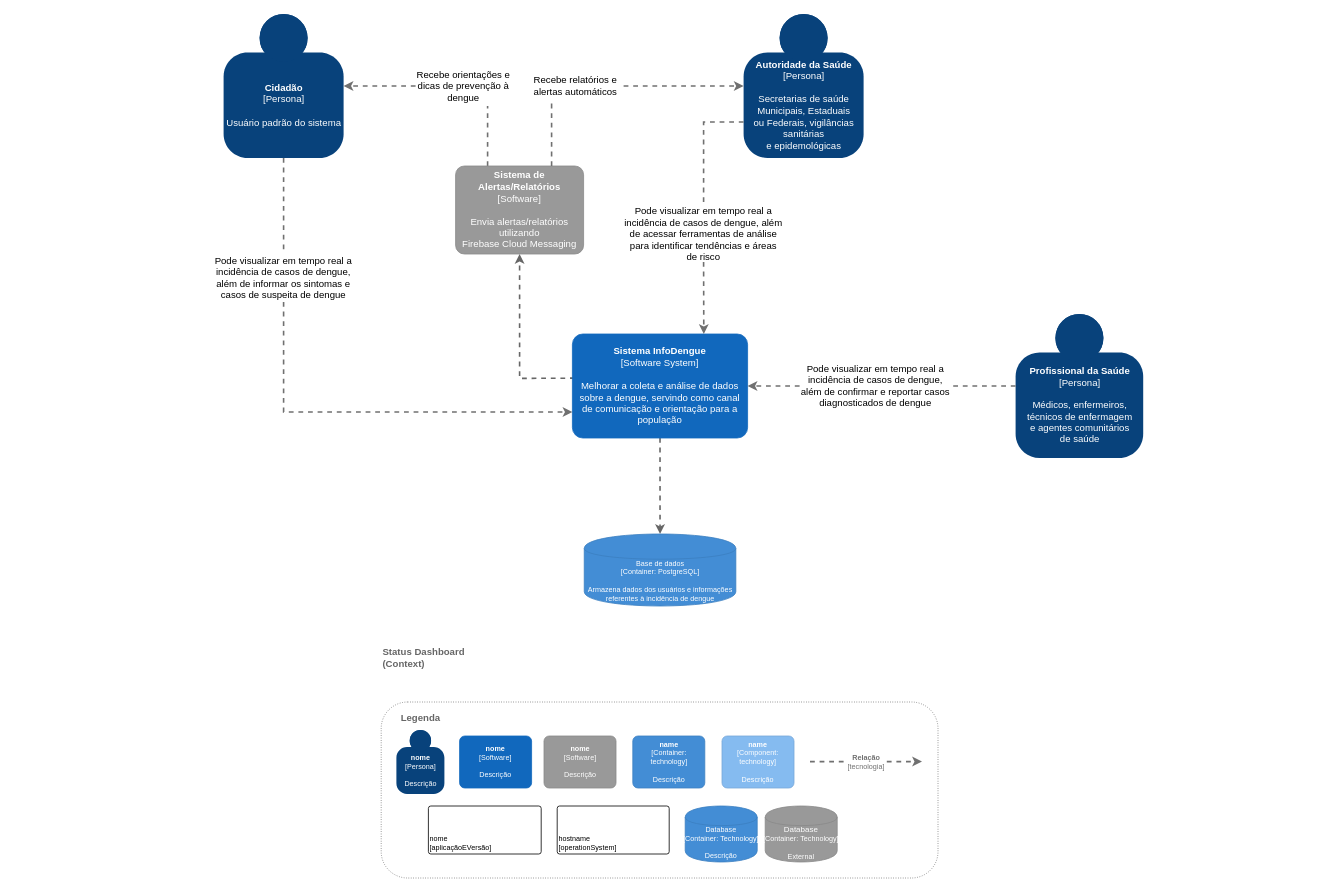
This is diagramas/c4/C4-contexto.drawio.xml from gilmarUFG/ds_20242_g6, a draw.io file, before an edit. Source tidied: cells renumbered, new cells numbered last; positions are measured from the earlier drawing's top-left corner, leaving out a move shared by most shapes. Both pictures are drawn from the tidied source at 80%, with x=0, y=0 at pixel (211, 14).
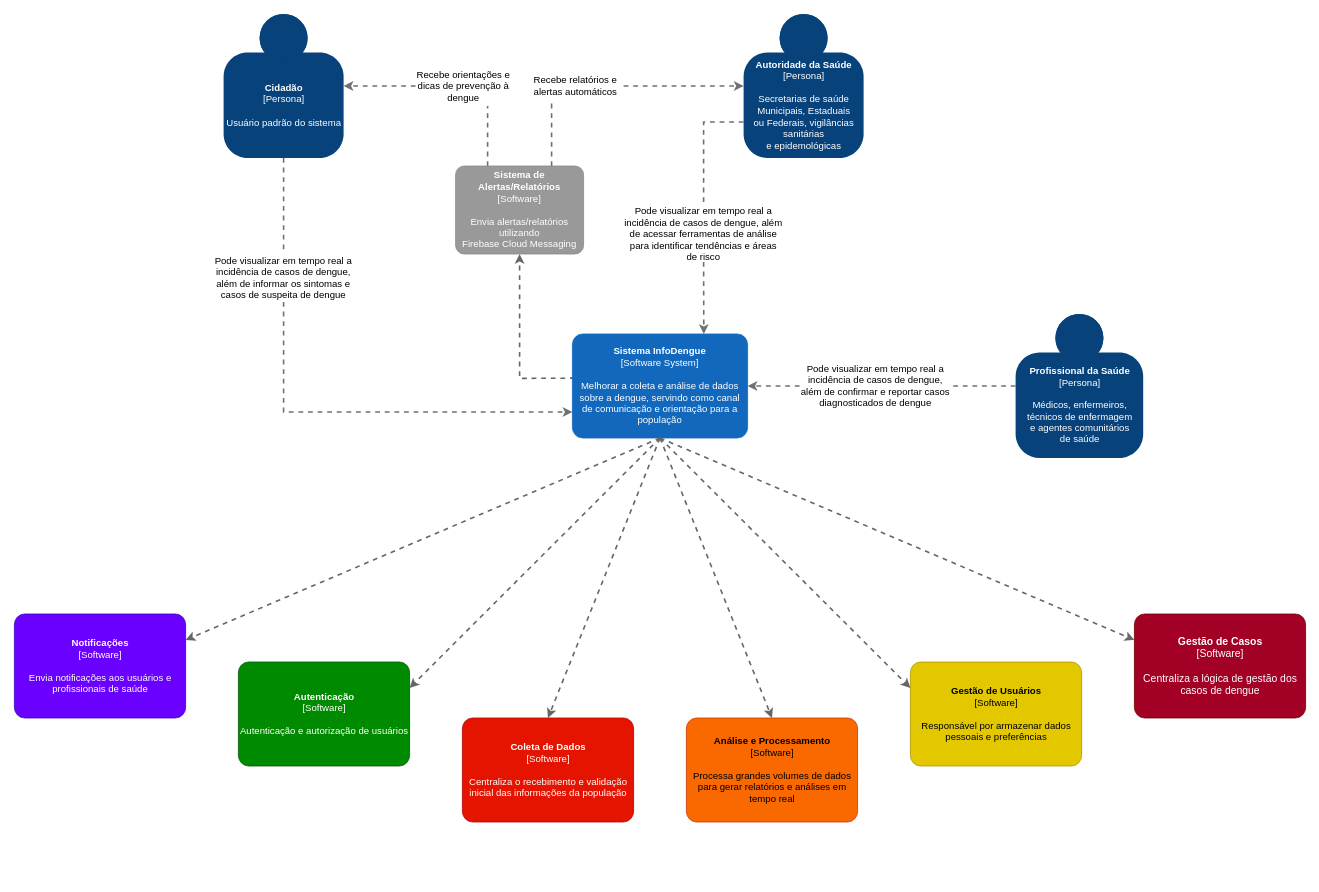
The same page after the edit.

Commit message (it also covers changes not shown here):
fix: atualizando diagrama de contexto para arquitetura de microsserviços

Unchanged cells that the change refers to:
```xml
<object id="8" label="&lt;b&gt;%c4Name%&lt;/b&gt;&lt;div&gt;[%c4Type%]&lt;/div&gt;&lt;br&gt;&lt;div&gt;%c4Description%&lt;/div&gt;" c4Description="Melhorar a coleta e análise de dados&#10;sobre a dengue, servindo como canal&#10;de comunicação e orientação para a&#10;população" c4Name="Sistema InfoDengue" c4Type="Software System" placeholders="1">
  <mxCell style="rounded=1;whiteSpace=wrap;html=1;labelBackgroundColor=none;fillColor=#1168BD;fontColor=#ffffff;align=center;arcSize=10;strokeColor=#1168BD;metaData={&quot;c4Type&quot;:{&quot;editable&quot;:false}};points=[[0.25,0,0],[0.5,0,0],[0.75,0,0],[1,0.25,0],[1,0.5,0],[1,0.75,0],[0.75,1,0],[0.5,1,0],[0.25,1,0],[0,0.75,0],[0,0.5,0],[0,0.25,0]];" parent="1" vertex="1">
    <mxGeometry x="451" y="400" width="219" height="130" as="geometry" />
  </mxCell>
</object>
```

What changed in the source:
```diff
@@
-    <mxCell id="3" style="edgeStyle=none;rounded=0;jettySize=auto;html=1;dashed=1;strokeColor=#666666;strokeWidth=2;fillColor=#f5f5f5;entryX=0.5;entryY=0;entryDx=0;entryDy=0;entryPerimeter=0;" parent="1" edge="1" source="8" target="38">
-      <mxGeometry relative="1" as="geometry" />
-    </mxCell>
@@
-    <mxCell id="5" value="&lt;b&gt;Status Dashboard&lt;br&gt;(Context)&lt;/b&gt;" style="text;html=1;align=left;verticalAlign=middle;fontColor=#666666;" parent="1" vertex="1">
-      <mxGeometry x="212" y="790" width="120" height="30" as="geometry" />
-    </mxCell>
@@
-    <mxCell id="9" style="group;" parent="1" vertex="1">
-      <mxGeometry x="212" y="860" width="696" height="220" as="geometry" />
-    </mxCell>
-    <mxCell id="10" style="rounded=1;whiteSpace=wrap;html=1;fillColor=none;strokeColor=#666666;dashed=1;dashPattern=1 2;fontColor=#666666;" parent="9" vertex="1">
-      <mxGeometry width="696" height="220" as="geometry" />
-    </mxCell>
-    <mxCell id="11" value="Legenda" style="text;html=1;strokeColor=none;fillColor=none;align=center;verticalAlign=middle;whiteSpace=wrap;rounded=0;fontStyle=1;fontColor=#666666;" parent="9" vertex="1">
-      <mxGeometry x="19" y="10" width="61" height="20" as="geometry" />
-    </mxCell>
-    <object id="12" label="&lt;b style=&quot;font-size: 9px;&quot;&gt;%c4Name%&lt;/b&gt;&lt;div style=&quot;font-size: 9px;&quot;&gt;[%c4Type%]&lt;/div&gt;&lt;br style=&quot;font-size: 9px;&quot;&gt;&lt;div style=&quot;font-size: 9px;&quot;&gt;%c4Description%&lt;/div&gt;" c4Description="Descrição" c4Name="nome" c4Type="Persona" placeholders="1">
-      <mxCell style="html=1;dashed=0;whitespace=wrap;fillColor=#08427b;strokeColor=none;fontColor=#ffffff;shape=mxgraph.c4.person;align=center;metaData={&quot;c4Type&quot;:{&quot;editable&quot;:false}};fontSize=9;" parent="9" vertex="1">
-        <mxGeometry x="19" y="35" width="60" height="80" as="geometry" />
-      </mxCell>
-    </object>
-    <object id="13" label="&lt;b style=&quot;font-size: 9px;&quot;&gt;%c4Name%&lt;/b&gt;&lt;div style=&quot;font-size: 9px;&quot;&gt;[%c4Type%]&lt;/div&gt;&lt;br style=&quot;font-size: 9px;&quot;&gt;&lt;div style=&quot;font-size: 9px;&quot;&gt;%c4Description%&lt;/div&gt;" c4Description="Descrição" c4Name="nome" c4Type="Software" placeholders="1">
-      <mxCell style="rounded=1;whiteSpace=wrap;html=1;labelBackgroundColor=none;fillColor=#1168BD;fontColor=#ffffff;align=center;arcSize=10;strokeColor=#1168BD;metaData={&quot;c4Type&quot;:{&quot;editable&quot;:false}};fontSize=9;" parent="9" vertex="1">
-        <mxGeometry x="98" y="42.5" width="90" height="65" as="geometry" />
-      </mxCell>
-    </object>
-    <object id="14" label="&lt;b style=&quot;font-size: 9px;&quot;&gt;%c4Name%&lt;/b&gt;&lt;div style=&quot;font-size: 9px;&quot;&gt;[%c4Type%]&lt;/div&gt;&lt;br style=&quot;font-size: 9px;&quot;&gt;&lt;div style=&quot;font-size: 9px;&quot;&gt;%c4Description%&lt;/div&gt;" c4Description="Descrição" c4Name="nome" c4Type="Software" placeholders="1">
-      <mxCell style="rounded=1;whiteSpace=wrap;html=1;labelBackgroundColor=none;fillColor=#999999;fontColor=#ffffff;align=center;arcSize=10;strokeColor=#8A8A8A;metaData={&quot;c4Type&quot;:{&quot;editable&quot;:false}};fontSize=9;" parent="9" vertex="1">
-        <mxGeometry x="203.5" y="42.5" width="90" height="65" as="geometry" />
-      </mxCell>
-    </object>
-    <object id="15" label="&lt;b style=&quot;font-size: 9px;&quot;&gt;%c4Name%&lt;/b&gt;&lt;div style=&quot;font-size: 9px;&quot;&gt;[%c4Type%: %c4Technology%]&lt;/div&gt;&lt;br style=&quot;font-size: 9px;&quot;&gt;&lt;div style=&quot;font-size: 9px;&quot;&gt;%c4Description%&lt;/div&gt;" c4Description="Descrição" c4Name="name" c4Technology="technology" c4Type="Component" placeholders="1">
-      <mxCell style="rounded=1;whiteSpace=wrap;html=1;labelBackgroundColor=none;fillColor=#85BBF0;fontColor=#ffffff;align=center;arcSize=10;strokeColor=#78A8D8;metaData={&quot;c4Type&quot;:{&quot;editable&quot;:false}};fontSize=9;" parent="9" vertex="1">
-        <mxGeometry x="426" y="42.5" width="90" height="65" as="geometry" />
-      </mxCell>
-    </object>
-    <object id="16" label="&lt;b style=&quot;font-size: 9px;&quot;&gt;%c4Name%&lt;/b&gt;&lt;div style=&quot;font-size: 9px;&quot;&gt;[%c4Type%: %c4Technology%]&lt;/div&gt;&lt;br style=&quot;font-size: 9px;&quot;&gt;&lt;div style=&quot;font-size: 9px;&quot;&gt;%c4Description%&lt;/div&gt;" c4Description="Descrição" c4Name="name" c4Technology="technology" c4Type="Container" placeholders="1">
-      <mxCell style="rounded=1;whiteSpace=wrap;html=1;labelBackgroundColor=none;fillColor=#438DD5;fontColor=#ffffff;align=center;arcSize=10;strokeColor=#3C7FC0;metaData={&quot;c4Type&quot;:{&quot;editable&quot;:false}};fontSize=9;" parent="9" vertex="1">
-        <mxGeometry x="314.5" y="42.5" width="90" height="65" as="geometry" />
-      </mxCell>
-    </object>
-    <object id="17" label="&lt;div style=&quot;text-align: left; font-size: 9px;&quot;&gt;%c4Name%&lt;/div&gt;&lt;div style=&quot;text-align: left; font-size: 9px;&quot;&gt;[%c4Application%]&lt;/div&gt;" c4Application="aplicaçãoEVersão" c4Name="nome" placeholders="1">
-      <mxCell style="rounded=1;whiteSpace=wrap;html=1;labelBackgroundColor=none;fillColor=#ffffff;fontColor=#000000;align=left;arcSize=5;strokeColor=#000000;verticalAlign=bottom;metaData={&quot;c4Type&quot;:{&quot;editable&quot;:false}};fontSize=9;" parent="9" vertex="1">
-        <mxGeometry x="59" y="130" width="141" height="60" as="geometry" />
-      </mxCell>
-    </object>
-    <object id="18" label="&lt;div style=&quot;text-align: left; font-size: 9px;&quot;&gt;%c4Name%&lt;/div&gt;&lt;div style=&quot;text-align: left; font-size: 9px;&quot;&gt;[%c4OperationSystem%]&lt;/div&gt;&lt;div style=&quot;text-align: right; font-size: 9px;&quot;&gt;%c4ScalingFactor%&lt;/div&gt;" c4Name="hostname" c4OperationSystem="operationSystem" c4ScalingFactor="" placeholders="1">
-      <mxCell style="rounded=1;whiteSpace=wrap;html=1;labelBackgroundColor=none;fillColor=#ffffff;fontColor=#000000;align=left;arcSize=5;strokeColor=#000000;verticalAlign=bottom;metaData={&quot;c4Type&quot;:{&quot;editable&quot;:false}};fontSize=9;" parent="9" vertex="1">
-        <mxGeometry x="220" y="130" width="140" height="60" as="geometry" />
-      </mxCell>
-    </object>
-    <object id="19" label="%c4Type%&lt;div style=&quot;font-size: 9px;&quot;&gt;[Container:&amp;nbsp;%c4Technology%]&lt;/div&gt;&lt;br style=&quot;font-size: 9px;&quot;&gt;&lt;div style=&quot;font-size: 9px;&quot;&gt;%c4Description%&lt;/div&gt;" c4Description="Descrição" c4Technology="Technology" c4Type="Database" placeholders="1">
-      <mxCell style="shape=cylinder;whiteSpace=wrap;html=1;boundedLbl=1;rounded=0;labelBackgroundColor=none;fillColor=#438DD5;fontSize=9;fontColor=#ffffff;align=center;strokeColor=#3C7FC0;metaData={&quot;c4Type&quot;:{&quot;editable&quot;:false}};" parent="9" vertex="1">
-        <mxGeometry x="380" y="130" width="90" height="70" as="geometry" />
-      </mxCell>
-    </object>
-    <object id="20" label="%c4Type%&lt;div style=&quot;font-size: 9px;&quot;&gt;[Container:&amp;nbsp;%c4Technology%]&lt;/div&gt;&lt;br style=&quot;font-size: 9px;&quot;&gt;&lt;div style=&quot;font-size: 9px;&quot;&gt;%c4Description%&lt;/div&gt;" c4Description="External" c4Technology="Technology" c4Type="Database" placeholders="1">
-      <mxCell style="shape=cylinder;whiteSpace=wrap;html=1;boundedLbl=1;rounded=1;labelBackgroundColor=none;fillColor=#999999;fontSize=10;fontColor=#ffffff;align=center;strokeColor=#8A8A8A;metaData={&quot;c4Type&quot;:{&quot;editable&quot;:false}};arcSize=10;" parent="9" vertex="1">
-        <mxGeometry x="480" y="130" width="90" height="70" as="geometry" />
-      </mxCell>
-    </object>
-    <object id="21" label="&lt;div style=&quot;text-align: left; font-size: 9px;&quot;&gt;&lt;div style=&quot;text-align: center; font-size: 9px;&quot;&gt;&lt;b style=&quot;font-size: 9px;&quot;&gt;%c4Description%&lt;/b&gt;&lt;/div&gt;&lt;div style=&quot;text-align: center; font-size: 9px;&quot;&gt;[%c4Technology%]&lt;/div&gt;&lt;/div&gt;" c4Description="Relação" c4Technology="tecnologia" placeholders="1">
-      <mxCell style="edgeStyle=none;rounded=0;html=1;jettySize=auto;orthogonalLoop=1;strokeColor=#707070;strokeWidth=2;fontColor=#707070;jumpStyle=none;dashed=1;metaData={&quot;c4Type&quot;:{&quot;editable&quot;:false}};fontSize=9;" parent="9" edge="1">
-        <mxGeometry relative="1" as="geometry">
-          <mxPoint x="536" y="74.5" as="sourcePoint" />
-          <mxPoint x="676" y="74.5" as="targetPoint" />
-        </mxGeometry>
-      </mxCell>
-    </object>
@@
-    <object id="38" label="%c4Type%&lt;div style=&quot;font-size: 9px;&quot;&gt;[Container:&amp;nbsp;%c4Technology%]&lt;/div&gt;&lt;br style=&quot;font-size: 9px;&quot;&gt;&lt;div style=&quot;font-size: 9px;&quot;&gt;%c4Description%&lt;/div&gt;" c4Description="Armazena dados dos usuários e informações&#10;referentes à incidência de dengue" c4Technology="PostgreSQL" c4Type="Base de dados" placeholders="1">
-      <mxCell style="shape=cylinder;whiteSpace=wrap;html=1;boundedLbl=1;rounded=0;labelBackgroundColor=none;fillColor=#438DD5;fontSize=9;fontColor=#ffffff;align=center;strokeColor=#3C7FC0;points=[[0.5,0,0],[1,0.25,0],[1,0.5,0],[1,0.75,0],[0.5,1,0],[0,0.75,0],[0,0.5,0],[0,0.25,0]];metaData={&quot;c4Type&quot;:{&quot;editable&quot;:false}};" parent="1" vertex="1">
-        <mxGeometry x="465.8" y="650" width="189.5" height="90" as="geometry" />
-      </mxCell>
-    </object>
+    <object id="39" label="&lt;b&gt;%c4Name%&lt;/b&gt;&lt;div&gt;[%c4Type%]&lt;/div&gt;&lt;br&gt;&lt;div&gt;%c4Description%&lt;/div&gt;" c4Description="Envia notificações aos usuários e profissionais de saúde" c4Name="Notificações" c4Type="Software" placeholders="1">
+      <mxCell style="rounded=1;whiteSpace=wrap;html=1;labelBackgroundColor=none;fillColor=#6a00ff;fontColor=#ffffff;align=center;arcSize=10;strokeColor=#3700CC;metaData={&quot;c4Type&quot;:{&quot;editable&quot;:false}};points=[[0.25,0,0],[0.5,0,0],[0.75,0,0],[1,0.25,0],[1,0.5,0],[1,0.75,0],[0.75,1,0],[0.5,1,0],[0.25,1,0],[0,0.75,0],[0,0.5,0],[0,0.25,0]];fontSize=12;" parent="1" vertex="1">
+        <mxGeometry x="-246.5" y="750" width="214" height="130" as="geometry" />
+      </mxCell>
+    </object>
+    <object id="40" label="&lt;b&gt;%c4Name%&lt;/b&gt;&lt;div&gt;[%c4Type%]&lt;/div&gt;&lt;br&gt;&lt;div&gt;%c4Description%&lt;/div&gt;" c4Description="Autenticação e autorização de usuários" c4Name="Autenticação" c4Type="Software" placeholders="1">
+      <mxCell style="rounded=1;whiteSpace=wrap;html=1;labelBackgroundColor=none;fillColor=#008a00;align=center;arcSize=10;strokeColor=#005700;metaData={&quot;c4Type&quot;:{&quot;editable&quot;:false}};points=[[0.25,0,0],[0.5,0,0],[0.75,0,0],[1,0.25,0],[1,0.5,0],[1,0.75,0],[0.75,1,0],[0.5,1,0],[0.25,1,0],[0,0.75,0],[0,0.5,0],[0,0.25,0]];fontSize=12;fontColor=#ffffff;" parent="1" vertex="1">
+        <mxGeometry x="33.5" y="810" width="214" height="130" as="geometry" />
+      </mxCell>
+    </object>
+    <object id="41" label="&lt;b&gt;%c4Name%&lt;/b&gt;&lt;div&gt;[%c4Type%]&lt;/div&gt;&lt;br&gt;&lt;div&gt;%c4Description%&lt;/div&gt;" c4Description="Centraliza o recebimento e validação inicial das informações da população" c4Name="Coleta de Dados" c4Type="Software" placeholders="1">
+      <mxCell style="rounded=1;whiteSpace=wrap;html=1;labelBackgroundColor=none;fillColor=#e51400;fontColor=#ffffff;align=center;arcSize=10;strokeColor=#B20000;metaData={&quot;c4Type&quot;:{&quot;editable&quot;:false}};points=[[0.25,0,0],[0.5,0,0],[0.75,0,0],[1,0.25,0],[1,0.5,0],[1,0.75,0],[0.75,1,0],[0.5,1,0],[0.25,1,0],[0,0.75,0],[0,0.5,0],[0,0.25,0]];fontSize=12;" parent="1" vertex="1">
+        <mxGeometry x="313.5" y="880" width="214" height="130" as="geometry" />
+      </mxCell>
+    </object>
+    <object id="42" label="&lt;b&gt;%c4Name%&lt;/b&gt;&lt;div&gt;[%c4Type%]&lt;/div&gt;&lt;br&gt;&lt;div&gt;%c4Description%&lt;/div&gt;" c4Description="Processa grandes volumes de dados para gerar relatórios e análises em tempo real" c4Name="Análise e Processamento" c4Type="Software" placeholders="1">
+      <mxCell style="rounded=1;whiteSpace=wrap;html=1;labelBackgroundColor=none;fillColor=#fa6800;fontColor=#000000;align=center;arcSize=10;strokeColor=#C73500;metaData={&quot;c4Type&quot;:{&quot;editable&quot;:false}};points=[[0.25,0,0],[0.5,0,0],[0.75,0,0],[1,0.25,0],[1,0.5,0],[1,0.75,0],[0.75,1,0],[0.5,1,0],[0.25,1,0],[0,0.75,0],[0,0.5,0],[0,0.25,0]];fontSize=12;" parent="1" vertex="1">
+        <mxGeometry x="593.5" y="880" width="214" height="130" as="geometry" />
+      </mxCell>
+    </object>
+    <object id="43" label="&lt;b&gt;%c4Name%&lt;/b&gt;&lt;div&gt;[%c4Type%]&lt;/div&gt;&lt;br&gt;&lt;div&gt;%c4Description%&lt;/div&gt;" c4Description="Responsável por armazenar dados pessoais e preferências" c4Name="Gestão de Usuários" c4Type="Software" placeholders="1">
+      <mxCell style="rounded=1;whiteSpace=wrap;html=1;labelBackgroundColor=none;fillColor=#e3c800;fontColor=#000000;align=center;arcSize=10;strokeColor=#B09500;metaData={&quot;c4Type&quot;:{&quot;editable&quot;:false}};points=[[0.25,0,0],[0.5,0,0],[0.75,0,0],[1,0.25,0],[1,0.5,0],[1,0.75,0],[0.75,1,0],[0.5,1,0],[0.25,1,0],[0,0.75,0],[0,0.5,0],[0,0.25,0]];fontSize=12;" parent="1" vertex="1">
+        <mxGeometry x="873.5" y="810" width="214" height="130" as="geometry" />
+      </mxCell>
+    </object>
+    <object id="44" label="&lt;b&gt;%c4Name%&lt;/b&gt;&lt;div&gt;[%c4Type%]&lt;/div&gt;&lt;br&gt;&lt;div&gt;%c4Description%&lt;/div&gt;" c4Description="Centraliza a lógica de gestão dos casos de dengue" c4Name="Gestão de Casos" c4Type="Software" placeholders="1">
+      <mxCell style="rounded=1;whiteSpace=wrap;html=1;labelBackgroundColor=none;fillColor=#a20025;fontColor=#ffffff;align=center;arcSize=10;strokeColor=#6F0000;metaData={&quot;c4Type&quot;:{&quot;editable&quot;:false}};points=[[0.25,0,0],[0.5,0,0],[0.75,0,0],[1,0.25,0],[1,0.5,0],[1,0.75,0],[0.75,1,0],[0.5,1,0],[0.25,1,0],[0,0.75,0],[0,0.5,0],[0,0.25,0]];fontSize=13;" parent="1" vertex="1">
+        <mxGeometry x="1153.5" y="750" width="214" height="130" as="geometry" />
+      </mxCell>
+    </object>
+    <mxCell id="45" style="rounded=0;jettySize=auto;html=1;dashed=1;strokeWidth=2;fillColor=#f5f5f5;strokeColor=#666666;exitX=0.5;exitY=1;exitDx=0;exitDy=0;exitPerimeter=0;entryX=1;entryY=0.25;entryDx=0;entryDy=0;entryPerimeter=0;" parent="1" edge="1" source="8" target="39">
+      <mxGeometry relative="1" as="geometry" />
+    </mxCell>
+    <mxCell id="46" style="rounded=0;jettySize=auto;html=1;dashed=1;strokeWidth=2;fillColor=#f5f5f5;strokeColor=#666666;exitX=0.5;exitY=1;exitDx=0;exitDy=0;exitPerimeter=0;entryX=1;entryY=0.25;entryDx=0;entryDy=0;entryPerimeter=0;" parent="1" edge="1" source="8" target="40">
+      <mxGeometry relative="1" as="geometry" />
+    </mxCell>
+    <mxCell id="47" style="rounded=0;jettySize=auto;html=1;dashed=1;strokeWidth=2;fillColor=#f5f5f5;strokeColor=#666666;exitX=0.5;exitY=1;exitDx=0;exitDy=0;exitPerimeter=0;entryX=0.5;entryY=0;entryDx=0;entryDy=0;entryPerimeter=0;" parent="1" edge="1" source="8" target="41">
+      <mxGeometry relative="1" as="geometry" />
+    </mxCell>
+    <mxCell id="48" style="rounded=0;jettySize=auto;html=1;dashed=1;strokeWidth=2;fillColor=#f5f5f5;strokeColor=#666666;exitX=0.5;exitY=1;exitDx=0;exitDy=0;exitPerimeter=0;entryX=0.5;entryY=0;entryDx=0;entryDy=0;entryPerimeter=0;" parent="1" edge="1" source="8" target="42">
+      <mxGeometry relative="1" as="geometry" />
+    </mxCell>
+    <mxCell id="49" style="rounded=0;jettySize=auto;html=1;dashed=1;strokeWidth=2;fillColor=#f5f5f5;strokeColor=#666666;exitX=0.5;exitY=1;exitDx=0;exitDy=0;exitPerimeter=0;entryX=0;entryY=0.25;entryDx=0;entryDy=0;entryPerimeter=0;" parent="1" edge="1" source="8" target="43">
+      <mxGeometry relative="1" as="geometry" />
+    </mxCell>
+    <mxCell id="50" style="rounded=0;jettySize=auto;html=1;dashed=1;strokeWidth=2;fillColor=#f5f5f5;strokeColor=#666666;exitX=0.5;exitY=1;exitDx=0;exitDy=0;exitPerimeter=0;entryX=0;entryY=0.25;entryDx=0;entryDy=0;entryPerimeter=0;" parent="1" edge="1" source="8" target="44">
+      <mxGeometry relative="1" as="geometry" />
+    </mxCell>
```
